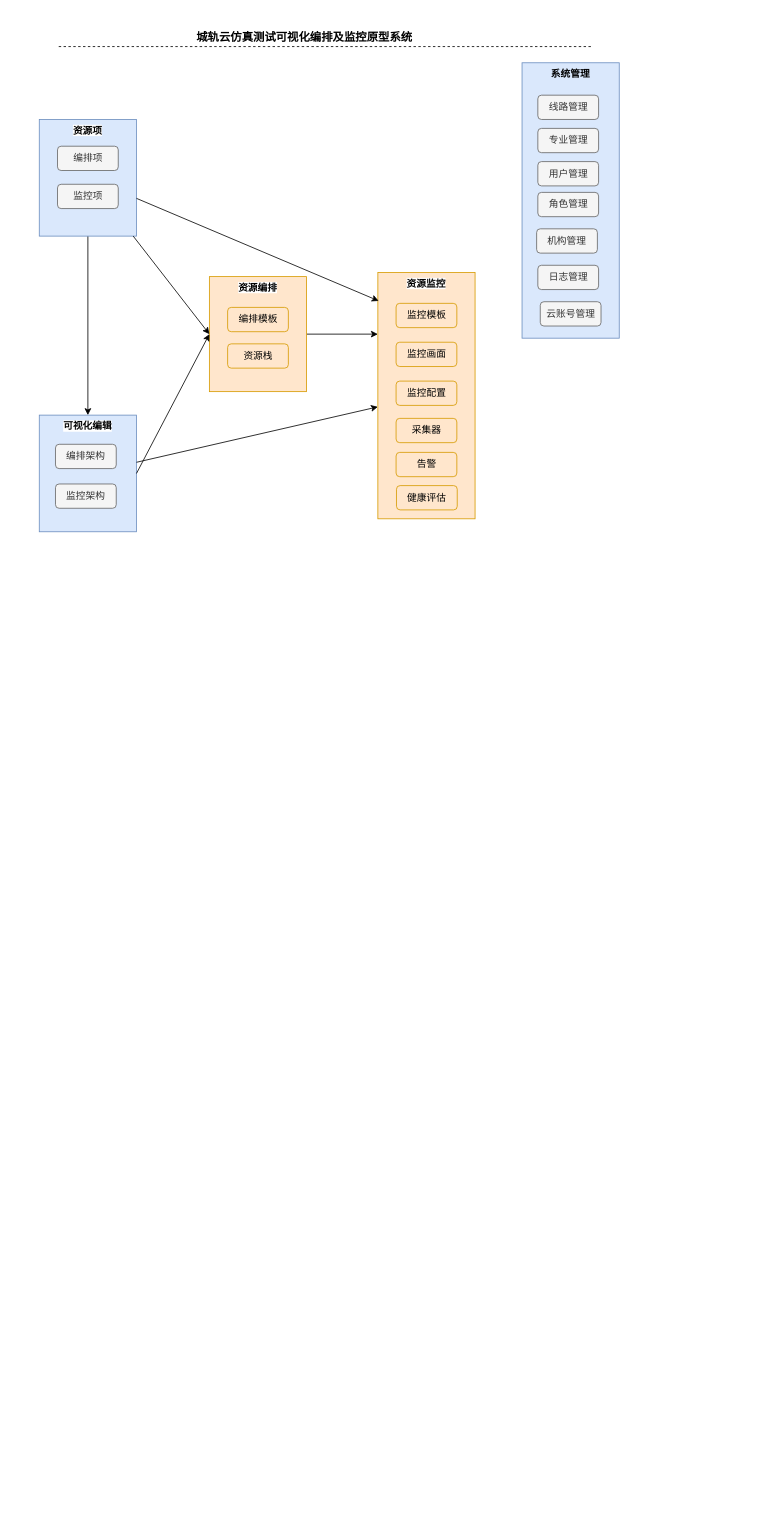
Above: page "系统总体架构" (3 of 20) of biitt/资源编排.drawio in dengkefu/draw.io (draw.io), before the change. Source tidied: cells renumbered, new cells numbered last; positions are measured from the earlier drawing's top-left corner, leaving out a move shared by most shapes. Both pictures are drawn from the tidied source at 81%, with x=0, y=0 at pixel (39, 14).
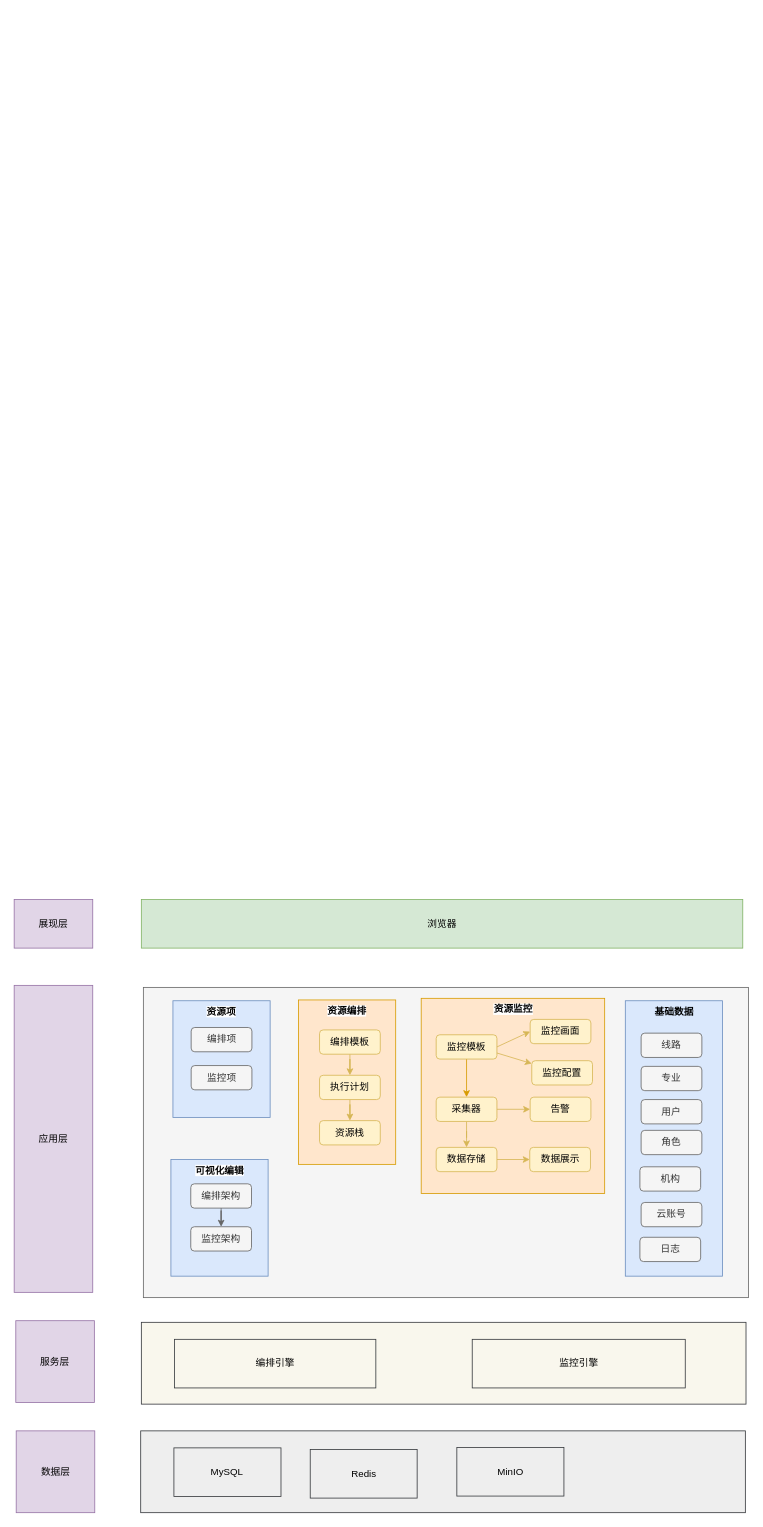
Above is the later version.

The edit, as a diff of the source:
```diff
@@
+    <mxCell id="34" style="rounded=0;whiteSpace=wrap;html=1;fillColor=#f5f5f5;fontColor=#333333;strokeColor=#666666;" parent="1" vertex="1">
+      <mxGeometry x="128.5" y="1201.5" width="747" height="383" as="geometry" />
+    </mxCell>
+    <mxCell id="35" value="展现层" style="rounded=0;whiteSpace=wrap;html=1;fillColor=#e1d5e7;strokeColor=#9673a6;" parent="1" vertex="1">
+      <mxGeometry x="-31" y="1093" width="97" height="60" as="geometry" />
+    </mxCell>
+    <mxCell id="36" value="浏览器" style="rounded=0;whiteSpace=wrap;html=1;fillColor=#d5e8d4;strokeColor=#82b366;" parent="1" vertex="1">
+      <mxGeometry x="126" y="1093" width="742.5" height="60" as="geometry" />
+    </mxCell>
+    <mxCell id="37" value="应用层" style="rounded=0;whiteSpace=wrap;html=1;fillColor=#e1d5e7;strokeColor=#9673a6;" parent="1" vertex="1">
+      <mxGeometry x="-31" y="1199" width="97" height="379" as="geometry" />
+    </mxCell>
+    <mxCell id="22" value="资源项" style="rounded=0;whiteSpace=wrap;html=1;labelPosition=center;verticalLabelPosition=middle;align=center;verticalAlign=top;labelBackgroundColor=default;fontStyle=1;fillColor=#dae8fc;strokeColor=#6c8ebf;" parent="1" vertex="1">
+      <mxGeometry x="165" y="1218" width="120" height="144" as="geometry" />
+    </mxCell>
+    <mxCell id="23" value="编排项" style="rounded=1;whiteSpace=wrap;html=1;fillColor=#f5f5f5;strokeColor=#666666;fontColor=#333333;" parent="1" vertex="1">
+      <mxGeometry x="187.5" y="1251" width="75" height="30" as="geometry" />
+    </mxCell>
+    <mxCell id="24" value="监控项" style="rounded=1;whiteSpace=wrap;html=1;fillColor=#f5f5f5;fontColor=#333333;strokeColor=#666666;" parent="1" vertex="1">
+      <mxGeometry x="187.5" y="1298" width="75" height="30" as="geometry" />
+    </mxCell>
     <mxCell id="2" value="可视化编辑" style="rounded=0;whiteSpace=wrap;html=1;labelPosition=center;verticalLabelPosition=middle;align=center;verticalAlign=top;labelBackgroundColor=default;fontStyle=1;fillColor=#dae8fc;strokeColor=#6c8ebf;" parent="1" vertex="1">
-      <mxGeometry y="495" width="120" height="144" as="geometry" />
+      <mxGeometry x="162.5" y="1414" width="120" height="144" as="geometry" />
     </mxCell>
+    <mxCell id="20" value="编排架构" style="rounded=1;whiteSpace=wrap;html=1;fillColor=#f5f5f5;fontColor=#333333;strokeColor=#666666;" parent="1" vertex="1">
+      <mxGeometry x="187" y="1444" width="75" height="30" as="geometry" />
+    </mxCell>
+    <mxCell id="26" value="监控架构" style="rounded=1;whiteSpace=wrap;html=1;fillColor=#f5f5f5;fontColor=#333333;strokeColor=#666666;" parent="1" vertex="1">
+      <mxGeometry x="187" y="1497" width="75" height="30" as="geometry" />
+    </mxCell>
     <mxCell id="3" value="资源监控" style="rounded=0;whiteSpace=wrap;html=1;labelPosition=center;verticalLabelPosition=middle;align=center;verticalAlign=top;labelBackgroundColor=default;fontStyle=1;fillColor=#ffe6cc;strokeColor=#d79b00;" parent="1" vertex="1">
-      <mxGeometry x="418" y="319" width="120" height="304" as="geometry" />
+      <mxGeometry x="471.5" y="1215" width="226.5" height="241" as="geometry" />
     </mxCell>
-    <mxCell id="4" style="endArrow=none;dashed=1;html=1;rounded=0;" parent="1" edge="1">
-      <mxGeometry relative="1" as="geometry">
-        <mxPoint x="24" y="40" as="sourcePoint" />
-        <mxPoint x="682" y="40" as="targetPoint" />
-      </mxGeometry>
-    </mxCell>
+    <mxCell id="17" value="资源编排" style="rounded=0;whiteSpace=wrap;html=1;labelPosition=center;verticalLabelPosition=middle;align=center;verticalAlign=top;labelBackgroundColor=default;fontStyle=1;fillColor=#ffe6cc;strokeColor=#d79b00;" parent="1" vertex="1">
+      <mxGeometry x="320" y="1217" width="120" height="203" as="geometry" />
+    </mxCell>
+    <mxCell id="38" value="服务层" style="rounded=0;whiteSpace=wrap;html=1;fillColor=#e1d5e7;strokeColor=#9673a6;" parent="1" vertex="1">
+      <mxGeometry x="-29" y="1613" width="97" height="101" as="geometry" />
+    </mxCell>
+    <mxCell id="39" style="rounded=0;whiteSpace=wrap;html=1;fillColor=#f9f7ed;strokeColor=#36393d;" parent="1" vertex="1">
+      <mxGeometry x="126" y="1615" width="746.5" height="101" as="geometry" />
+    </mxCell>
+    <mxCell id="40" value="编排引擎" style="rounded=0;whiteSpace=wrap;html=1;fillColor=#f9f7ed;strokeColor=#36393d;" parent="1" vertex="1">
+      <mxGeometry x="167" y="1636" width="248.5" height="60" as="geometry" />
+    </mxCell>
+    <mxCell id="41" value="监控引擎" style="rounded=0;whiteSpace=wrap;html=1;fillColor=#f9f7ed;strokeColor=#36393d;" parent="1" vertex="1">
+      <mxGeometry x="534.5" y="1636" width="263" height="60" as="geometry" />
+    </mxCell>
+    <mxCell id="42" value="基础数据" style="rounded=0;whiteSpace=wrap;html=1;labelPosition=center;verticalLabelPosition=middle;align=center;verticalAlign=top;fontStyle=1;fillColor=#dae8fc;strokeColor=#6c8ebf;" parent="1" vertex="1">
+      <mxGeometry x="723.5" y="1218" width="120" height="340" as="geometry" />
+    </mxCell>
+    <mxCell id="43" value="线路" style="rounded=1;whiteSpace=wrap;html=1;fillColor=#f5f5f5;fontColor=#333333;strokeColor=#666666;" parent="1" vertex="1">
+      <mxGeometry x="743" y="1258" width="75" height="30" as="geometry" />
+    </mxCell>
+    <mxCell id="44" value="专业" style="rounded=1;whiteSpace=wrap;html=1;fillColor=#f5f5f5;fontColor=#333333;strokeColor=#666666;" parent="1" vertex="1">
+      <mxGeometry x="743" y="1299" width="75" height="30" as="geometry" />
+    </mxCell>
+    <mxCell id="45" value="用户" style="rounded=1;whiteSpace=wrap;html=1;fillColor=#f5f5f5;fontColor=#333333;strokeColor=#666666;" parent="1" vertex="1">
+      <mxGeometry x="743" y="1340" width="75" height="30" as="geometry" />
+    </mxCell>
+    <mxCell id="46" value="角色" style="rounded=1;whiteSpace=wrap;html=1;fillColor=#f5f5f5;fontColor=#333333;strokeColor=#666666;" parent="1" vertex="1">
+      <mxGeometry x="743" y="1378" width="75" height="30" as="geometry" />
+    </mxCell>
+    <mxCell id="47" value="机构" style="rounded=1;whiteSpace=wrap;html=1;fillColor=#f5f5f5;fontColor=#333333;strokeColor=#666666;" parent="1" vertex="1">
+      <mxGeometry x="741.5" y="1423" width="75" height="30" as="geometry" />
+    </mxCell>
+    <mxCell id="48" value="云账号" style="rounded=1;whiteSpace=wrap;html=1;fillColor=#f5f5f5;fontColor=#333333;strokeColor=#666666;" parent="1" vertex="1">
+      <mxGeometry x="743" y="1467" width="75" height="30" as="geometry" />
+    </mxCell>
+    <mxCell id="19" value="资源栈" style="rounded=1;whiteSpace=wrap;html=1;fillColor=#fff2cc;strokeColor=#d6b656;" parent="1" vertex="1">
+      <mxGeometry x="346" y="1366" width="75" height="30" as="geometry" />
+    </mxCell>
+    <mxCell id="49" style="edgeStyle=orthogonalEdgeStyle;rounded=0;jettySize=auto;html=1;fontSize=15;fillColor=#fff2cc;strokeColor=#d6b656;" parent="1" edge="1" source="18" target="51">
+      <mxGeometry relative="1" as="geometry" />
+    </mxCell>
+    <mxCell id="18" value="编排模板" style="rounded=1;whiteSpace=wrap;html=1;fillColor=#fff2cc;strokeColor=#d6b656;" parent="1" vertex="1">
+      <mxGeometry x="346" y="1254" width="75" height="30" as="geometry" />
+    </mxCell>
+    <mxCell id="50" style="edgeStyle=orthogonalEdgeStyle;rounded=0;jettySize=auto;html=1;fontSize=15;fillColor=#fff2cc;strokeColor=#d6b656;" parent="1" edge="1" source="51" target="19">
+      <mxGeometry relative="1" as="geometry" />
+    </mxCell>
+    <mxCell id="51" value="执行计划" style="rounded=1;whiteSpace=wrap;html=1;fillColor=#fff2cc;strokeColor=#d6b656;" parent="1" vertex="1">
+      <mxGeometry x="346" y="1310" width="75" height="30" as="geometry" />
+    </mxCell>
+    <mxCell id="52" style="edgeStyle=orthogonalEdgeStyle;rounded=0;jettySize=auto;html=1;entryX=0.5;entryY=0;entryDx=0;entryDy=0;fillColor=#ffe6cc;strokeColor=#d79b00;" parent="1" edge="1" source="5" target="25">
+      <mxGeometry relative="1" as="geometry" />
+    </mxCell>
-    <mxCell id="5" value="监控模板" style="rounded=1;whiteSpace=wrap;html=1;fillColor=#ffe6cc;strokeColor=#d79b00;" parent="1" vertex="1">
-      <mxGeometry x="440.5" y="357" width="75" height="30" as="geometry" />
+    <mxCell id="5" value="监控模板" style="rounded=1;whiteSpace=wrap;html=1;fillColor=#fff2cc;strokeColor=#d6b656;" parent="1" vertex="1">
+      <mxGeometry x="490" y="1260" width="75" height="30" as="geometry" />
     </mxCell>
-    <mxCell id="6" value="监控画面" style="rounded=1;whiteSpace=wrap;html=1;fillColor=#ffe6cc;strokeColor=#d79b00;" parent="1" vertex="1">
-      <mxGeometry x="440.5" y="405" width="75" height="30" as="geometry" />
+    <mxCell id="6" value="监控画面" style="rounded=1;whiteSpace=wrap;html=1;fillColor=#fff2cc;strokeColor=#d6b656;" parent="1" vertex="1">
+      <mxGeometry x="606" y="1241" width="75" height="30" as="geometry" />
     </mxCell>
-    <mxCell id="7" value="监控配置" style="rounded=1;whiteSpace=wrap;html=1;fillColor=#ffe6cc;strokeColor=#d79b00;" parent="1" vertex="1">
-      <mxGeometry x="440.5" y="453" width="75" height="30" as="geometry" />
+    <mxCell id="7" value="监控配置" style="rounded=1;whiteSpace=wrap;html=1;fillColor=#fff2cc;strokeColor=#d6b656;" parent="1" vertex="1">
+      <mxGeometry x="608" y="1292" width="75" height="30" as="geometry" />
     </mxCell>
-    <mxCell id="8" value="系统管理" style="rounded=0;whiteSpace=wrap;html=1;labelPosition=center;verticalLabelPosition=middle;align=center;verticalAlign=top;fontStyle=1;fillColor=#dae8fc;strokeColor=#6c8ebf;" parent="1" vertex="1">
-      <mxGeometry x="596" y="60" width="120" height="340" as="geometry" />
-    </mxCell>
-    <mxCell id="9" value="线路管理" style="rounded=1;whiteSpace=wrap;html=1;fillColor=#f5f5f5;fontColor=#333333;strokeColor=#666666;" parent="1" vertex="1">
-      <mxGeometry x="615.5" y="100" width="75" height="30" as="geometry" />
-    </mxCell>
-    <mxCell id="10" value="专业管理" style="rounded=1;whiteSpace=wrap;html=1;fillColor=#f5f5f5;fontColor=#333333;strokeColor=#666666;" parent="1" vertex="1">
-      <mxGeometry x="615.5" y="141" width="75" height="30" as="geometry" />
-    </mxCell>
-    <mxCell id="11" value="用户管理" style="rounded=1;whiteSpace=wrap;html=1;fillColor=#f5f5f5;fontColor=#333333;strokeColor=#666666;" parent="1" vertex="1">
-      <mxGeometry x="615.5" y="182" width="75" height="30" as="geometry" />
-    </mxCell>
-    <mxCell id="12" value="角色管理" style="rounded=1;whiteSpace=wrap;html=1;fillColor=#f5f5f5;fontColor=#333333;strokeColor=#666666;" parent="1" vertex="1">
-      <mxGeometry x="615.5" y="220" width="75" height="30" as="geometry" />
-    </mxCell>
-    <mxCell id="13" value="机构管理" style="rounded=1;whiteSpace=wrap;html=1;fillColor=#f5f5f5;fontColor=#333333;strokeColor=#666666;" parent="1" vertex="1">
-      <mxGeometry x="614" y="265" width="75" height="30" as="geometry" />
-    </mxCell>
-    <mxCell id="14" value="日志管理" style="rounded=1;whiteSpace=wrap;html=1;fillColor=#f5f5f5;fontColor=#333333;strokeColor=#666666;" parent="1" vertex="1">
-      <mxGeometry x="615.5" y="310" width="75" height="30" as="geometry" />
-    </mxCell>
-    <mxCell id="15" value="云账号管理" style="rounded=1;whiteSpace=wrap;html=1;fillColor=#f5f5f5;fontColor=#333333;strokeColor=#666666;" parent="1" vertex="1">
-      <mxGeometry x="618.5" y="355" width="75" height="30" as="geometry" />
-    </mxCell>
-    <mxCell id="16" style="edgeStyle=orthogonalEdgeStyle;rounded=0;jettySize=auto;html=1;entryX=0;entryY=0.25;entryDx=0;entryDy=0;" parent="1" edge="1" source="17" target="3">
-      <mxGeometry relative="1" as="geometry" />
-    </mxCell>
-    <mxCell id="17" value="资源编排" style="rounded=0;whiteSpace=wrap;html=1;labelPosition=center;verticalLabelPosition=middle;align=center;verticalAlign=top;labelBackgroundColor=default;fontStyle=1;fillColor=#ffe6cc;strokeColor=#d79b00;" parent="1" vertex="1">
-      <mxGeometry x="210" y="324" width="120" height="142" as="geometry" />
-    </mxCell>
-    <mxCell id="18" value="编排模板" style="rounded=1;whiteSpace=wrap;html=1;fillColor=#ffe6cc;strokeColor=#d79b00;" parent="1" vertex="1">
-      <mxGeometry x="232.5" y="362" width="75" height="30" as="geometry" />
-    </mxCell>
-    <mxCell id="19" value="资源栈" style="rounded=1;whiteSpace=wrap;html=1;fillColor=#ffe6cc;strokeColor=#d79b00;" parent="1" vertex="1">
-      <mxGeometry x="232.5" y="407" width="75" height="30" as="geometry" />
-    </mxCell>
-    <mxCell id="20" value="编排架构" style="rounded=1;whiteSpace=wrap;html=1;fillColor=#f5f5f5;fontColor=#333333;strokeColor=#666666;" parent="1" vertex="1">
-      <mxGeometry x="20" y="531" width="75" height="30" as="geometry" />
-    </mxCell>
-    <mxCell id="21" style="edgeStyle=orthogonalEdgeStyle;rounded=0;jettySize=auto;html=1;entryX=0.5;entryY=0;entryDx=0;entryDy=0;" parent="1" edge="1" source="22" target="2">
-      <mxGeometry relative="1" as="geometry" />
-    </mxCell>
-    <mxCell id="22" value="资源项" style="rounded=0;whiteSpace=wrap;html=1;labelPosition=center;verticalLabelPosition=middle;align=center;verticalAlign=top;labelBackgroundColor=default;fontStyle=1;fillColor=#dae8fc;strokeColor=#6c8ebf;" parent="1" vertex="1">
-      <mxGeometry y="130" width="120" height="144" as="geometry" />
-    </mxCell>
-    <mxCell id="23" value="编排项" style="rounded=1;whiteSpace=wrap;html=1;fillColor=#f5f5f5;strokeColor=#666666;fontColor=#333333;" parent="1" vertex="1">
-      <mxGeometry x="22.5" y="163" width="75" height="30" as="geometry" />
-    </mxCell>
-    <mxCell id="24" value="监控项" style="rounded=1;whiteSpace=wrap;html=1;fillColor=#f5f5f5;fontColor=#333333;strokeColor=#666666;" parent="1" vertex="1">
-      <mxGeometry x="22.5" y="210" width="75" height="30" as="geometry" />
-    </mxCell>
+    <mxCell id="53" style="edgeStyle=orthogonalEdgeStyle;rounded=0;jettySize=auto;html=1;fontSize=15;fillColor=#fff2cc;strokeColor=#d6b656;" parent="1" edge="1" source="25" target="58">
+      <mxGeometry relative="1" as="geometry" />
+    </mxCell>
+    <mxCell id="54" style="edgeStyle=orthogonalEdgeStyle;rounded=0;jettySize=auto;html=1;entryX=0;entryY=0.5;entryDx=0;entryDy=0;fontSize=15;fillColor=#fff2cc;strokeColor=#d6b656;" parent="1" edge="1" source="25" target="29">
+      <mxGeometry relative="1" as="geometry" />
+    </mxCell>
-    <mxCell id="25" value="采集器" style="rounded=1;whiteSpace=wrap;html=1;fillColor=#ffe6cc;strokeColor=#d79b00;" parent="1" vertex="1">
-      <mxGeometry x="440.5" y="499" width="75" height="30" as="geometry" />
+    <mxCell id="25" value="采集器" style="rounded=1;whiteSpace=wrap;html=1;fillColor=#fff2cc;strokeColor=#d6b656;" parent="1" vertex="1">
+      <mxGeometry x="490" y="1337" width="75" height="30" as="geometry" />
     </mxCell>
-    <mxCell id="26" value="监控架构" style="rounded=1;whiteSpace=wrap;html=1;fillColor=#f5f5f5;fontColor=#333333;strokeColor=#666666;" parent="1" vertex="1">
-      <mxGeometry x="20" y="580" width="75" height="30" as="geometry" />
-    </mxCell>
-    <mxCell id="27" value="&lt;h3 style=&quot;text-indent: 0pt;&quot;&gt;&lt;b&gt;城轨云仿真测试可视化编排及监控&lt;/b&gt;&lt;b style=&quot;background-color: initial;&quot;&gt;&lt;span&gt;原型系统&lt;/span&gt;&lt;/b&gt;&lt;/h3&gt;" style="text;html=1;align=center;verticalAlign=middle;strokeColor=none;fillColor=none;" parent="1" vertex="1">
-      <mxGeometry x="184" width="285" height="57" as="geometry" />
-    </mxCell>
-    <mxCell id="28" value="健康评估" style="rounded=1;whiteSpace=wrap;html=1;fillColor=#ffe6cc;strokeColor=#d79b00;" parent="1" vertex="1">
-      <mxGeometry x="441" y="582" width="75" height="30" as="geometry" />
-    </mxCell>
+    <mxCell id="55" value="数据展示" style="rounded=1;whiteSpace=wrap;html=1;fillColor=#fff2cc;strokeColor=#d6b656;" parent="1" vertex="1">
+      <mxGeometry x="605.5" y="1399" width="75" height="30" as="geometry" />
+    </mxCell>
-    <mxCell id="29" value="告警" style="rounded=1;whiteSpace=wrap;html=1;fillColor=#ffe6cc;strokeColor=#d79b00;" parent="1" vertex="1">
-      <mxGeometry x="440.5" y="541" width="75" height="30" as="geometry" />
+    <mxCell id="29" value="告警" style="rounded=1;whiteSpace=wrap;html=1;fillColor=#fff2cc;strokeColor=#d6b656;" parent="1" vertex="1">
+      <mxGeometry x="606" y="1337" width="75" height="30" as="geometry" />
     </mxCell>
-    <mxCell id="30" style="endArrow=classic;html=1;rounded=0;entryX=0;entryY=0.5;entryDx=0;entryDy=0;" parent="1" edge="1" source="22" target="17">
-      <mxGeometry relative="1" as="geometry" />
-    </mxCell>
-    <mxCell id="31" style="endArrow=classic;html=1;rounded=0;exitX=1;exitY=0.5;exitDx=0;exitDy=0;entryX=0;entryY=0.5;entryDx=0;entryDy=0;" parent="1" edge="1" source="2" target="17">
-      <mxGeometry relative="1" as="geometry" />
-    </mxCell>
-    <mxCell id="32" style="endArrow=classic;html=1;rounded=0;entryX=0.008;entryY=0.115;entryDx=0;entryDy=0;entryPerimeter=0;" parent="1" edge="1" source="22" target="3">
-      <mxGeometry relative="1" as="geometry" />
-    </mxCell>
-    <mxCell id="33" style="endArrow=classic;html=1;rounded=0;" parent="1" edge="1" source="2" target="3">
-      <mxGeometry relative="1" as="geometry" />
-    </mxCell>
+    <mxCell id="56" style="endArrow=classic;html=1;rounded=0;fontSize=15;exitX=1;exitY=0.75;exitDx=0;exitDy=0;fillColor=#fff2cc;strokeColor=#d6b656;" parent="1" edge="1" source="5" target="7">
+      <mxGeometry relative="1" as="geometry" />
+    </mxCell>
+    <mxCell id="57" style="edgeStyle=orthogonalEdgeStyle;rounded=0;jettySize=auto;html=1;fontSize=15;fillColor=#fff2cc;strokeColor=#d6b656;" parent="1" edge="1" source="58" target="55">
+      <mxGeometry relative="1" as="geometry" />
+    </mxCell>
+    <mxCell id="58" value="数据存储" style="rounded=1;whiteSpace=wrap;html=1;fillColor=#fff2cc;strokeColor=#d6b656;" parent="1" vertex="1">
+      <mxGeometry x="490" y="1399" width="75" height="30" as="geometry" />
+    </mxCell>
+    <mxCell id="59" style="edgeStyle=orthogonalEdgeStyle;rounded=0;orthogonalLoop=1;jettySize=auto;html=1;exitX=0.5;exitY=1;exitDx=0;exitDy=0;fontSize=15;fillColor=#fff2cc;strokeColor=#d6b656;" parent="1" edge="1" source="55" target="55">
+      <mxGeometry relative="1" as="geometry" />
+    </mxCell>
+    <mxCell id="60" style="endArrow=classic;html=1;rounded=0;fontSize=15;exitX=1;exitY=0.5;exitDx=0;exitDy=0;entryX=0;entryY=0.5;entryDx=0;entryDy=0;fillColor=#fff2cc;strokeColor=#d6b656;" parent="1" edge="1" source="5" target="6">
+      <mxGeometry relative="1" as="geometry" />
+    </mxCell>
+    <mxCell id="61" style="edgeStyle=orthogonalEdgeStyle;rounded=0;jettySize=auto;html=1;fontSize=15;fillColor=#f5f5f5;strokeColor=#666666;exitX=0.5;exitY=1;exitDx=0;exitDy=0;exitPerimeter=0;" parent="1" edge="1" source="20" target="26">
+      <mxGeometry relative="1" as="geometry" />
+    </mxCell>
+    <mxCell id="62" value="数据层" style="rounded=0;whiteSpace=wrap;html=1;fillColor=#e1d5e7;strokeColor=#9673a6;" parent="1" vertex="1">
+      <mxGeometry x="-28.5" y="1749" width="97" height="101" as="geometry" />
+    </mxCell>
+    <mxCell id="63" style="rounded=0;whiteSpace=wrap;html=1;fillColor=#eeeeee;strokeColor=#36393d;" parent="1" vertex="1">
+      <mxGeometry x="125.2" y="1749" width="746.5" height="101" as="geometry" />
+    </mxCell>
+    <mxCell id="64" value="MySQL" style="rounded=0;whiteSpace=wrap;html=1;fillColor=#eeeeee;strokeColor=#36393d;" parent="1" vertex="1">
+      <mxGeometry x="166.2" y="1770" width="132.2" height="60" as="geometry" />
+    </mxCell>
+    <mxCell id="65" value="Redis" style="rounded=0;whiteSpace=wrap;html=1;fillColor=#eeeeee;strokeColor=#36393d;" parent="1" vertex="1">
+      <mxGeometry x="334.5" y="1772" width="132" height="60" as="geometry" />
+    </mxCell>
+    <mxCell id="66" value="MinIO" style="rounded=0;whiteSpace=wrap;html=1;fillColor=#eeeeee;strokeColor=#36393d;" parent="1" vertex="1">
+      <mxGeometry x="515.5" y="1769.5" width="132.2" height="60" as="geometry" />
+    </mxCell>
+    <mxCell id="67" value="日志" style="rounded=1;whiteSpace=wrap;html=1;fillColor=#f5f5f5;fontColor=#333333;strokeColor=#666666;" parent="1" vertex="1">
+      <mxGeometry x="741.5" y="1510" width="75" height="30" as="geometry" />
+    </mxCell>
```
